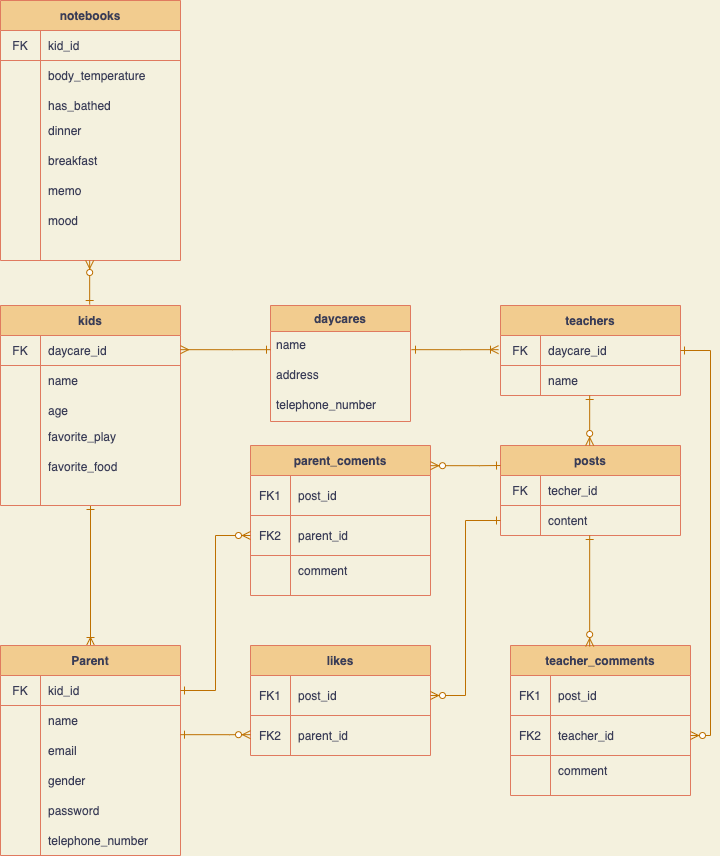
Above: docs/.drawio.png in Hiroto-Nagashima/Tell_Me (draw.io), before the change. Source tidied: cells renumbered, new cells last; positions are measured from the earlier drawing's top-left corner, leaving out a move shared by most shapes.
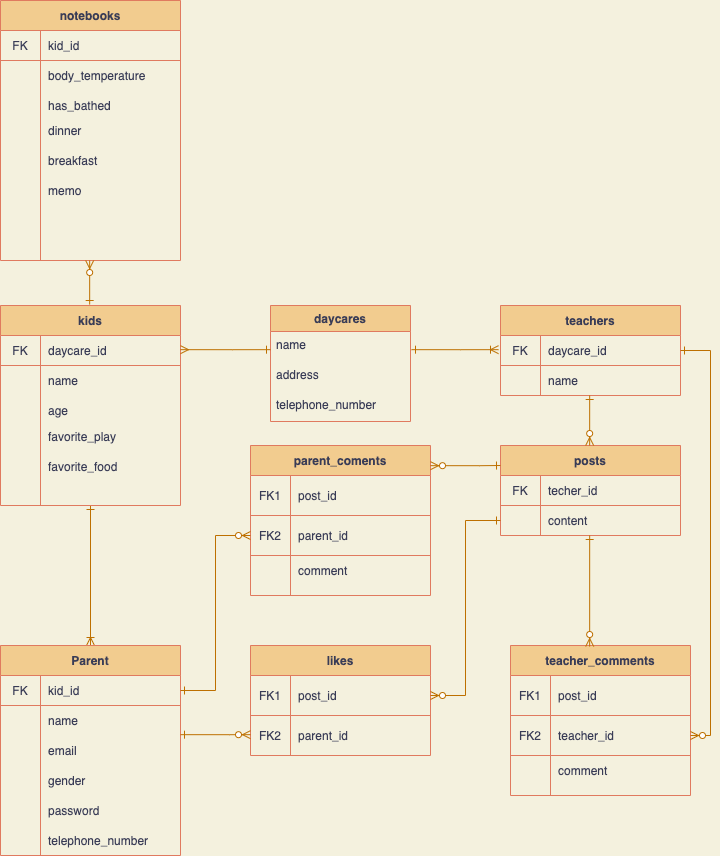
Later version of the same file.

What changed in the source:
```diff
@@ -273,9 +273,6 @@
     <mxCell id="89" value="has_bathed" style="shape=partialRectangle;html=1;whiteSpace=wrap;fillColor=none;top=0;left=0;bottom=0;right=0;align=left;spacingLeft=6;overflow=hidden;strokeColor=#E07A5F;fontColor=#393C56;" parent="87" vertex="1">
       <mxGeometry x="40" width="140" height="30" as="geometry" />
     </mxCell>
-    <mxCell id="90" value="mood" style="shape=partialRectangle;html=1;whiteSpace=wrap;fillColor=none;top=0;left=0;bottom=0;right=0;align=left;spacingLeft=6;overflow=hidden;strokeColor=#E07A5F;fontColor=#393C56;" parent="1" vertex="1">
-      <mxGeometry x="40" y="205" width="140" height="30" as="geometry" />
-    </mxCell>
     <mxCell id="91" value="dinner" style="shape=partialRectangle;html=1;whiteSpace=wrap;fillColor=none;top=0;left=0;bottom=0;right=0;align=left;spacingLeft=6;overflow=hidden;strokeColor=#E07A5F;fontColor=#393C56;" parent="1" vertex="1">
       <mxGeometry x="40" y="115" width="140" height="30" as="geometry" />
     </mxCell>
```
